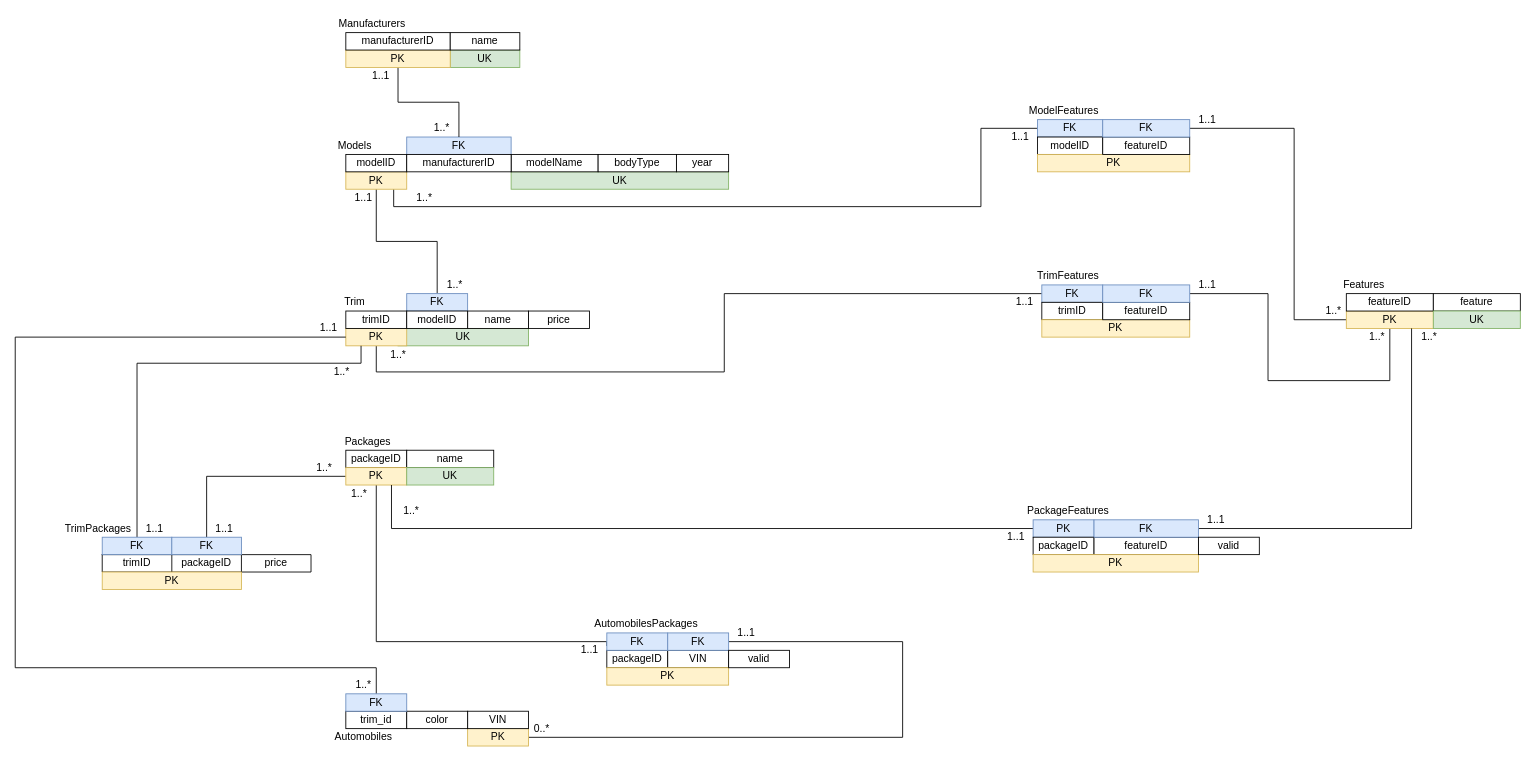
Before: page "Scheme" (2 of 2) of Project 2.drawio in AnthraciteData/CECS-323-, a draw.io diagram. Source tidied: cells renumbered, new cells numbered last; positions are measured from the earlier drawing's top-left corner, leaving out a move shared by most shapes. Both pictures are drawn from the tidied source at 87%, with x=0, y=0 at pixel (15, 15).
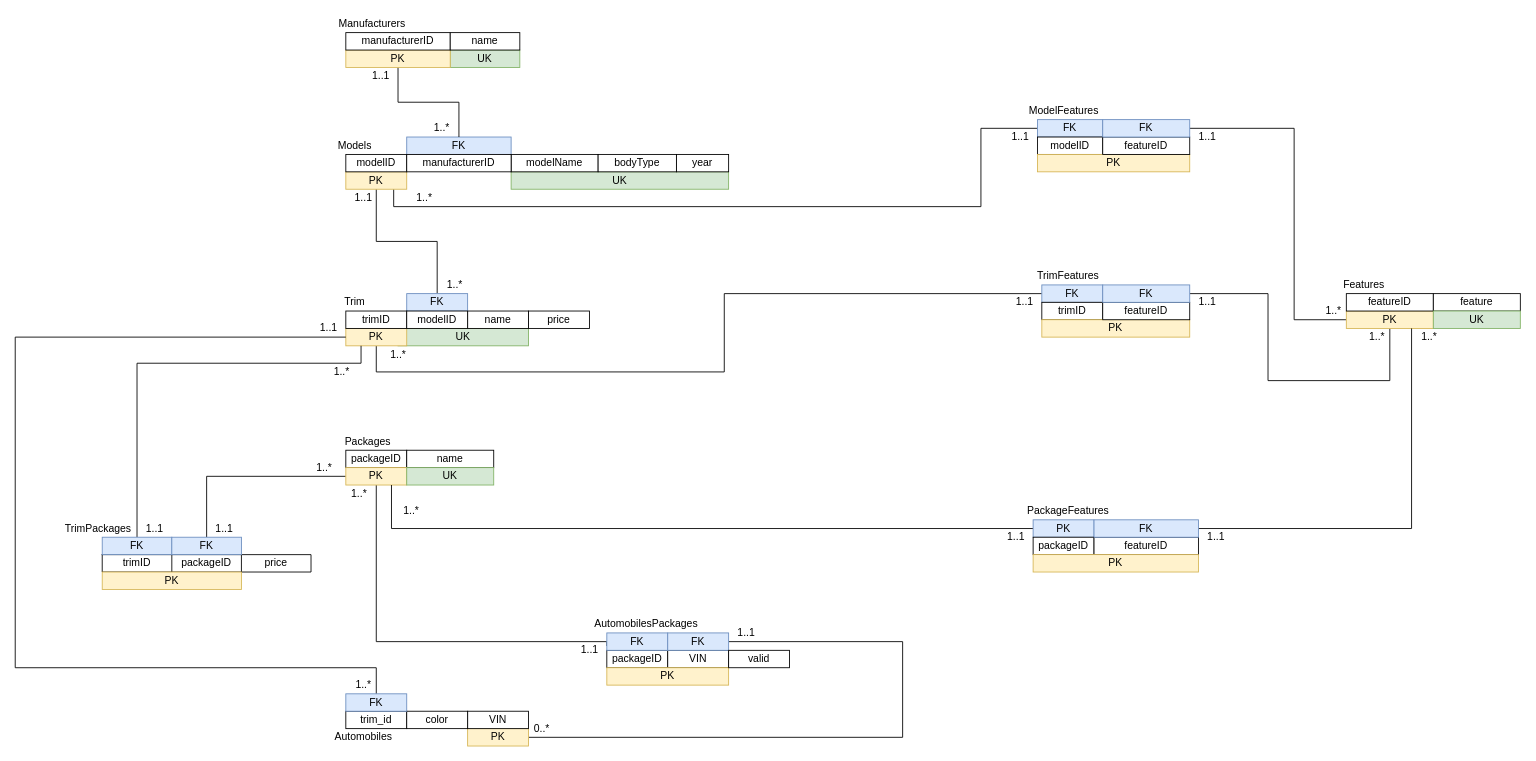
After the change.

What changed in the source:
```diff
@@
     <mxCell id="88" value="1..1" style="text;html=1;align=center;verticalAlign=middle;strokeColor=none;fillColor=none;" parent="1" vertex="1">
-      <mxGeometry x="1360" y="570" width="40" height="20" as="geometry" />
+      <mxGeometry x="1360" y="590" width="40" height="20" as="geometry" />
     </mxCell>
@@
     <mxCell id="90" value="1..1" style="text;html=1;align=center;verticalAlign=middle;strokeColor=none;fillColor=none;" parent="1" vertex="1">
-      <mxGeometry x="1350" y="300" width="40" height="20" as="geometry" />
+      <mxGeometry x="1350" y="320" width="40" height="20" as="geometry" />
     </mxCell>
@@
     <mxCell id="92" value="1..1" style="text;html=1;align=center;verticalAlign=middle;strokeColor=none;fillColor=none;" parent="1" vertex="1">
-      <mxGeometry x="1350" y="110" width="40" height="20" as="geometry" />
+      <mxGeometry x="1350" y="130" width="40" height="20" as="geometry" />
     </mxCell>
@@
-    <mxCell id="113" value="valid" style="whiteSpace=wrap;html=1;" parent="1" vertex="1">
-      <mxGeometry x="1360" y="600" width="70" height="20" as="geometry" />
-    </mxCell>
```
